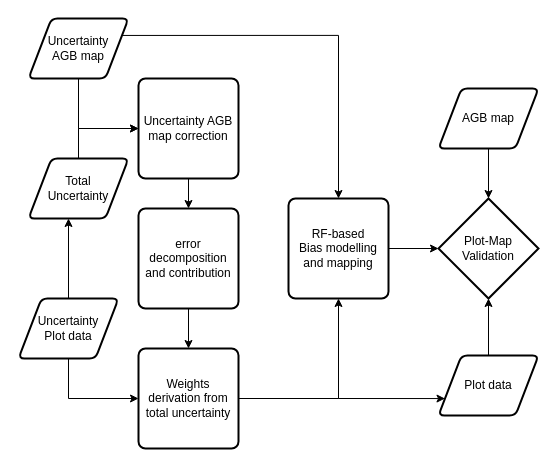
Above: Untitled Diagram.drawio in arnanaraza/diagrams (draw.io), before the change. Source tidied: cells renumbered, new cells numbered last; positions are measured from the earlier drawing's top-left corner, leaving out a move shared by most shapes. Both pictures are drawn from the tidied source at 100%, with x=0, y=0 at pixel (18, 18).
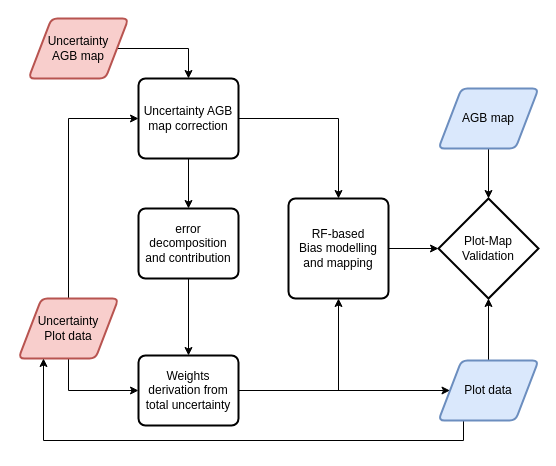
After the change.

Unchanged cells that the change refers to:
```xml
<mxCell id="15" value="RF-based &lt;br&gt;Bias modelling and mapping" style="rounded=1;whiteSpace=wrap;html=1;absoluteArcSize=1;arcSize=14;strokeWidth=2;" parent="1" vertex="1">
  <mxGeometry x="270" y="180" width="100" height="100" as="geometry" />
</mxCell>
```

What changed in the source:
```diff
@@
-    <mxCell id="2" style="edgeStyle=orthogonalEdgeStyle;rounded=0;jettySize=auto;html=1;exitX=0.5;exitY=0;exitDx=0;exitDy=0;entryX=0.4;entryY=1;entryDx=0;entryDy=0;entryPerimeter=0;" parent="1" edge="1" source="4" target="6">
-      <mxGeometry relative="1" as="geometry" />
-    </mxCell>
@@
+    <mxCell id="24" style="edgeStyle=orthogonalEdgeStyle;rounded=0;jettySize=auto;html=1;exitX=0.5;exitY=0;exitDx=0;exitDy=0;entryX=0;entryY=0.5;entryDx=0;entryDy=0;" parent="1" edge="1" source="4" target="11">
+      <mxGeometry relative="1" as="geometry" />
+    </mxCell>
-    <mxCell id="4" value="Uncertainty&lt;br&gt;Plot data" style="shape=parallelogram;html=1;strokeWidth=2;perimeter=parallelogramPerimeter;whiteSpace=wrap;rounded=1;arcSize=12;size=0.23;" parent="1" vertex="1">
+    <mxCell id="4" value="Uncertainty&lt;br&gt;Plot data" style="shape=parallelogram;html=1;strokeWidth=2;perimeter=parallelogramPerimeter;whiteSpace=wrap;rounded=1;arcSize=12;size=0.23;fillColor=#f8cecc;strokeColor=#b85450;" parent="1" vertex="1">
       <mxGeometry y="280" width="100" height="60" as="geometry" />
     </mxCell>
-    <mxCell id="5" style="edgeStyle=orthogonalEdgeStyle;rounded=0;jettySize=auto;html=1;exitX=0.5;exitY=0;exitDx=0;exitDy=0;entryX=0;entryY=0.5;entryDx=0;entryDy=0;" parent="1" edge="1" source="6" target="11">
-      <mxGeometry relative="1" as="geometry" />
-    </mxCell>
-    <mxCell id="6" value="Total &lt;br&gt;Uncertainty" style="shape=parallelogram;html=1;strokeWidth=2;perimeter=parallelogramPerimeter;whiteSpace=wrap;rounded=1;arcSize=12;size=0.23;" parent="1" vertex="1">
-      <mxGeometry x="10" y="140" width="100" height="60" as="geometry" />
-    </mxCell>
+    <mxCell id="8" style="edgeStyle=orthogonalEdgeStyle;rounded=0;jettySize=auto;html=1;exitX=1;exitY=0.5;exitDx=0;exitDy=0;entryX=0.5;entryY=1;entryDx=0;entryDy=0;" parent="1" edge="1" source="9" target="15">
+      <mxGeometry relative="1" as="geometry" />
+    </mxCell>
-    <mxCell id="7" style="edgeStyle=orthogonalEdgeStyle;rounded=0;jettySize=auto;html=1;exitX=1;exitY=0.5;exitDx=0;exitDy=0;entryX=0;entryY=0.75;entryDx=0;entryDy=0;" parent="1" edge="1" source="9" target="22">
+    <mxCell id="7" style="edgeStyle=orthogonalEdgeStyle;rounded=0;jettySize=auto;html=1;exitX=1;exitY=0.5;exitDx=0;exitDy=0;entryX=0;entryY=0.5;entryDx=0;entryDy=0;" parent="1" edge="1" source="9" target="22">
       <mxGeometry relative="1" as="geometry" />
     </mxCell>
-    <mxCell id="8" style="edgeStyle=orthogonalEdgeStyle;rounded=0;jettySize=auto;html=1;exitX=1;exitY=0.5;exitDx=0;exitDy=0;entryX=0.5;entryY=1;entryDx=0;entryDy=0;" parent="1" edge="1" source="9" target="15">
-      <mxGeometry relative="1" as="geometry" />
-    </mxCell>
     <mxCell id="9" value="Weights derivation from total uncertainty" style="rounded=1;whiteSpace=wrap;html=1;absoluteArcSize=1;arcSize=14;strokeWidth=2;" parent="1" vertex="1">
-      <mxGeometry x="120" y="330" width="100" height="100" as="geometry" />
+      <mxGeometry x="120" y="337" width="100" height="70" as="geometry" />
     </mxCell>
@@
+    <mxCell id="25" style="edgeStyle=orthogonalEdgeStyle;rounded=0;jettySize=auto;html=1;exitX=1;exitY=0.5;exitDx=0;exitDy=0;entryX=0.5;entryY=0;entryDx=0;entryDy=0;" parent="1" edge="1" source="11" target="15">
+      <mxGeometry relative="1" as="geometry" />
+    </mxCell>
     <mxCell id="11" value="Uncertainty AGB map correction" style="rounded=1;whiteSpace=wrap;html=1;absoluteArcSize=1;arcSize=14;strokeWidth=2;" parent="1" vertex="1">
-      <mxGeometry x="120" y="60" width="100" height="100" as="geometry" />
+      <mxGeometry x="120" y="60" width="100" height="80" as="geometry" />
     </mxCell>
@@
     <mxCell id="13" value="error decomposition and contribution" style="rounded=1;whiteSpace=wrap;html=1;absoluteArcSize=1;arcSize=14;strokeWidth=2;" parent="1" vertex="1">
-      <mxGeometry x="120" y="190" width="100" height="100" as="geometry" />
+      <mxGeometry x="120" y="190" width="100" height="70" as="geometry" />
     </mxCell>
@@
-    <mxCell id="16" style="edgeStyle=orthogonalEdgeStyle;rounded=0;jettySize=auto;html=1;exitX=0.5;exitY=1;exitDx=0;exitDy=0;entryX=0;entryY=0.5;entryDx=0;entryDy=0;" parent="1" edge="1" source="18" target="11">
+    <mxCell id="16" style="edgeStyle=orthogonalEdgeStyle;rounded=0;jettySize=auto;html=1;exitX=1;exitY=0.5;exitDx=0;exitDy=0;entryX=0.5;entryY=0;entryDx=0;entryDy=0;" parent="1" edge="1" source="18" target="11">
       <mxGeometry relative="1" as="geometry" />
     </mxCell>
-    <mxCell id="17" style="edgeStyle=orthogonalEdgeStyle;rounded=0;jettySize=auto;html=1;exitX=1;exitY=0.25;exitDx=0;exitDy=0;entryX=0.5;entryY=0;entryDx=0;entryDy=0;" parent="1" edge="1" source="18" target="15">
-      <mxGeometry relative="1" as="geometry" />
-    </mxCell>
-    <mxCell id="18" value="Uncertainty&lt;br&gt;AGB map" style="shape=parallelogram;html=1;strokeWidth=2;perimeter=parallelogramPerimeter;whiteSpace=wrap;rounded=1;arcSize=12;size=0.23;" parent="1" vertex="1">
+    <mxCell id="18" value="Uncertainty&lt;br&gt;AGB map" style="shape=parallelogram;html=1;strokeWidth=2;perimeter=parallelogramPerimeter;whiteSpace=wrap;rounded=1;arcSize=12;size=0.23;fillColor=#f8cecc;strokeColor=#b85450;" parent="1" vertex="1">
       <mxGeometry x="10" width="100" height="60" as="geometry" />
     </mxCell>
@@
-    <mxCell id="20" value="AGB map" style="shape=parallelogram;html=1;strokeWidth=2;perimeter=parallelogramPerimeter;whiteSpace=wrap;rounded=1;arcSize=12;size=0.23;" parent="1" vertex="1">
+    <mxCell id="20" value="AGB map" style="shape=parallelogram;html=1;strokeWidth=2;perimeter=parallelogramPerimeter;whiteSpace=wrap;rounded=1;arcSize=12;size=0.23;fillColor=#dae8fc;strokeColor=#6c8ebf;" parent="1" vertex="1">
       <mxGeometry x="420" y="70" width="100" height="60" as="geometry" />
     </mxCell>
@@
+    <mxCell id="26" style="edgeStyle=orthogonalEdgeStyle;rounded=0;jettySize=auto;html=1;exitX=0.25;exitY=1;exitDx=0;exitDy=0;entryX=0.25;entryY=1;entryDx=0;entryDy=0;" parent="1" edge="1" source="22" target="4">
+      <mxGeometry relative="1" as="geometry" />
+    </mxCell>
-    <mxCell id="22" value="Plot data" style="shape=parallelogram;html=1;strokeWidth=2;perimeter=parallelogramPerimeter;whiteSpace=wrap;rounded=1;arcSize=12;size=0.23;" parent="1" vertex="1">
-      <mxGeometry x="420" y="337" width="100" height="60" as="geometry" />
+    <mxCell id="22" value="Plot data" style="shape=parallelogram;html=1;strokeWidth=2;perimeter=parallelogramPerimeter;whiteSpace=wrap;rounded=1;arcSize=12;size=0.23;fillColor=#dae8fc;strokeColor=#6c8ebf;" parent="1" vertex="1">
+      <mxGeometry x="420" y="342" width="100" height="60" as="geometry" />
     </mxCell>
```
